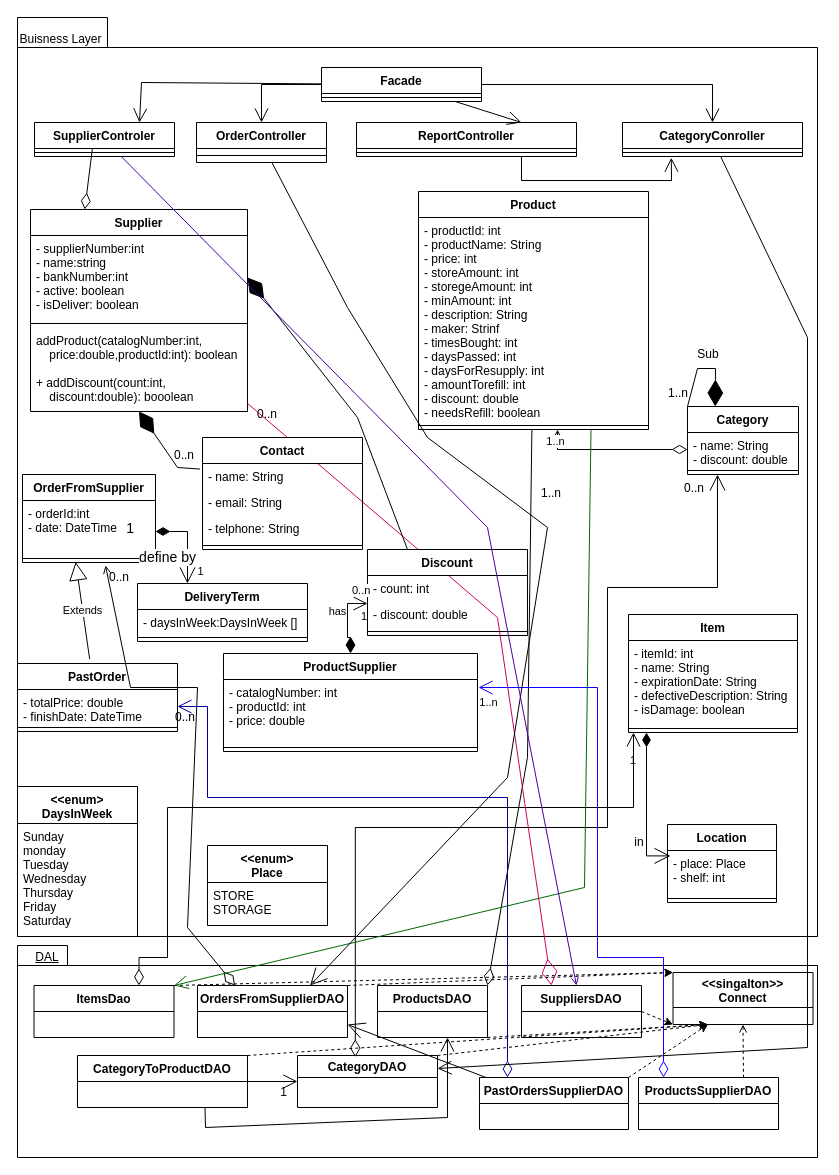
This is page 1 of 4 of docs/classDiagramCombined.drawio from Naveavra/Market, a draw.io file, before an edit. Source tidied: cells renumbered, new cells numbered last; positions are measured from the earlier drawing's top-left corner, leaving out a move shared by most shapes. Both pictures are drawn from the tidied source at 100%, with x=0, y=0 at pixel (17, 17).
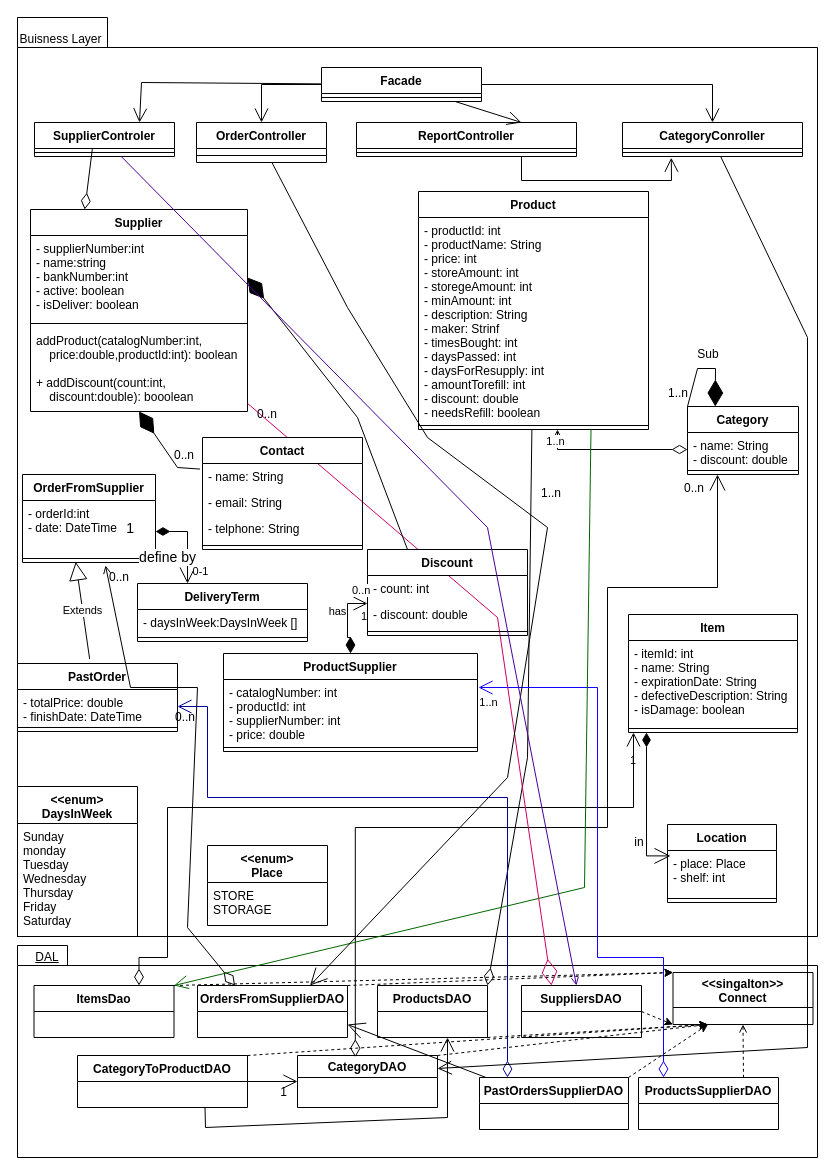
The same page after the edit.

Unchanged cells that the change refers to:
```xml
<mxCell id="36" value="ProductSupplier" style="swimlane;fontStyle=1;align=center;verticalAlign=top;horizontal=1;startSize=26;" parent="1" vertex="1">
  <mxGeometry x="206" y="636" width="254" height="98" as="geometry" />
</mxCell>
<mxCell id="45" value="define by" style="endArrow=diamondThin;html=1;endSize=12;startArrow=open;startSize=14;startFill=0;edgeStyle=orthogonalEdgeStyle;rounded=0;fontSize=14;endFill=1;" parent="1" edge="1" target="28">
  <mxGeometry x="-0.38" y="20" relative="1" as="geometry">
    <mxPoint x="170" y="566" as="sourcePoint" />
    <Array as="points">
      <mxPoint x="170" y="514" />
    </Array>
  </mxGeometry>
</mxCell>
```

Change to the diagram source:
```diff
@@
-    <mxCell id="37" value="- catalogNumber: int&#10;- productId: int&#10;- price: double" style="text;strokeColor=none;fillColor=none;align=left;verticalAlign=top;spacingLeft=4;spacingRight=4;overflow=hidden;" parent="36" vertex="1">
+    <mxCell id="37" value="- catalogNumber: int&#10;- productId: int&#10;- supplierNumber: int&#10;- price: double" style="text;strokeColor=none;fillColor=none;align=left;verticalAlign=top;spacingLeft=4;spacingRight=4;overflow=hidden;" parent="36" vertex="1">
       <mxGeometry y="26" width="254" height="64" as="geometry" />
     </mxCell>
@@
-    <mxCell id="47" value="1" style="edgeLabel;html=1;align=center;verticalAlign=middle;" parent="45" vertex="1">
+    <mxCell id="47" value="0-1" style="edgeLabel;html=1;align=center;verticalAlign=middle;" parent="45" vertex="1">
       <mxGeometry x="-0.69" y="-12" relative="1" as="geometry" />
     </mxCell>
```
